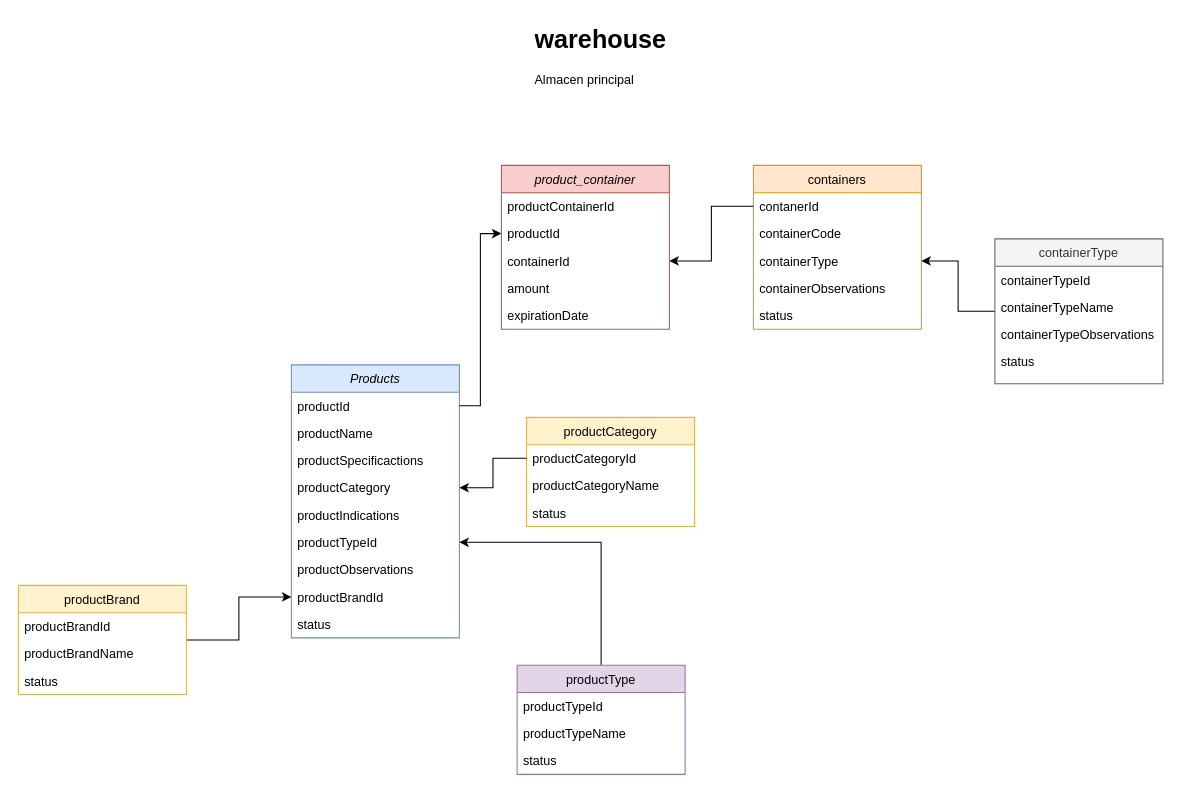
This is pharmacy.drawio from CarlosMayo1/pharmacy, a draw.io file, before an edit. Source tidied: cells renumbered, new cells numbered last; positions are measured from the earlier drawing's top-left corner, leaving out a move shared by most shapes. Both pictures are drawn from the tidied source at 105%, with x=0, y=0 at pixel (18, 18).
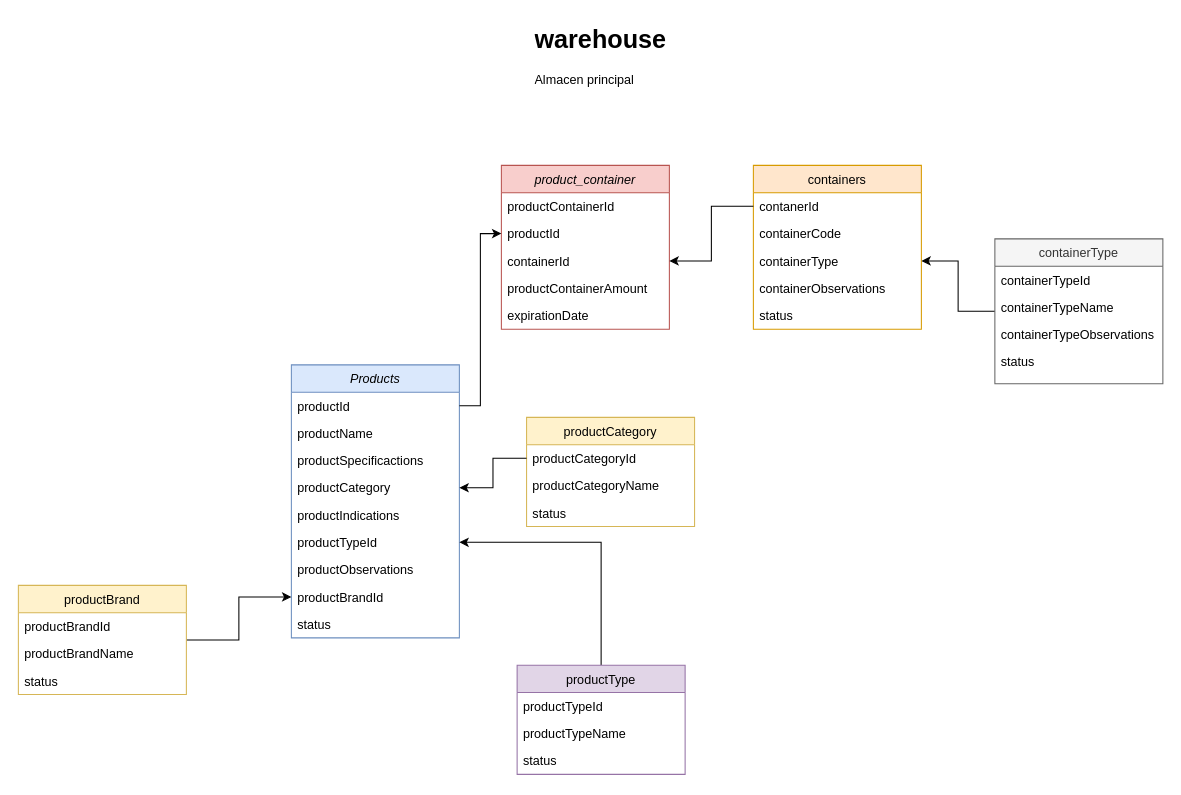
Above is the later version.

The change refers to these unchanged cells:
```xml
<mxCell id="29" value="product_container" style="swimlane;fontStyle=2;align=center;verticalAlign=top;horizontal=1;startSize=26;rounded=0;shadow=0;strokeWidth=1;fillColor=#f8cecc;strokeColor=#b85450;" parent="1" vertex="1">
  <mxGeometry x="460" y="140" width="160" height="156" as="geometry" />
</mxCell>
```

The edit, as a diff of the source:
```diff
@@
-    <mxCell id="33" value="amount" style="text;align=left;verticalAlign=top;spacingLeft=4;spacingRight=4;overflow=hidden;rounded=0;shadow=0;html=0;" parent="29" vertex="1">
+    <mxCell id="33" value="productContainerAmount" style="text;align=left;verticalAlign=top;spacingLeft=4;spacingRight=4;overflow=hidden;rounded=0;shadow=0;html=0;" parent="29" vertex="1">
       <mxGeometry y="104" width="160" height="26" as="geometry" />
     </mxCell>
```
